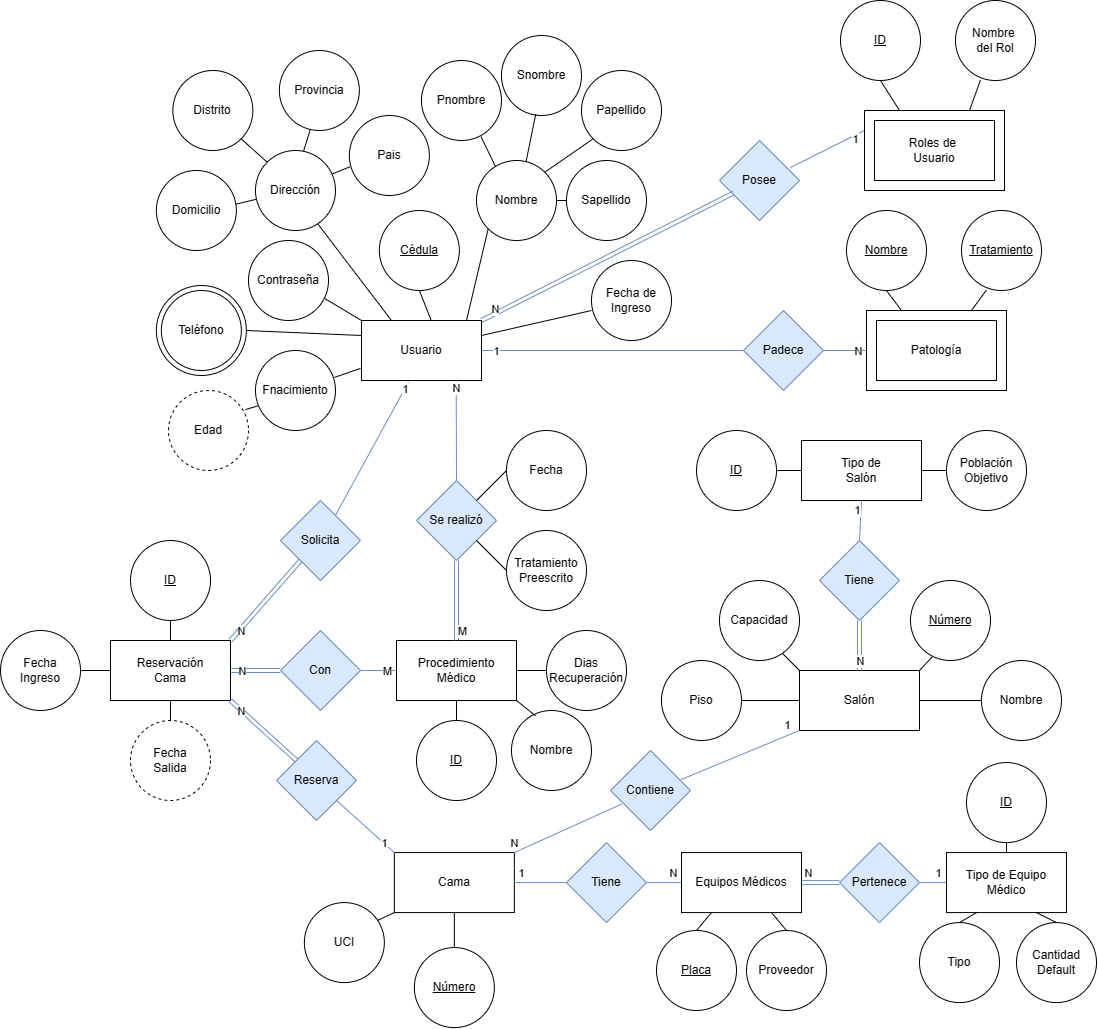
ItsRichard7/HospiTEC keeps this draw.io diagram as Database/Diagramas/Diagrama Conceptual.png. Above is the earlier version. Source tidied: cells renumbered, new cells last; positions are measured from the earlier drawing's top-left corner, leaving out a move shared by most shapes.
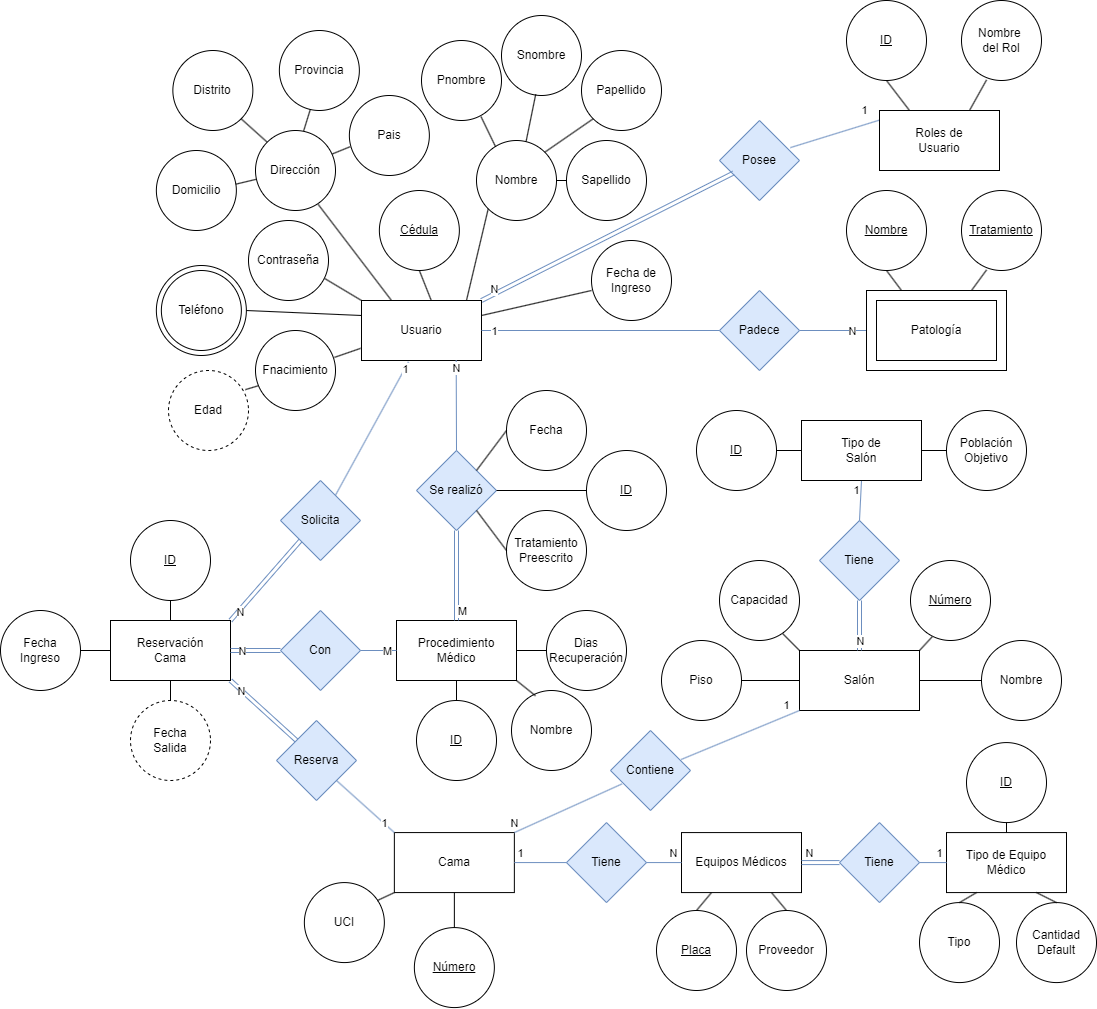
The same file after the commit.

Commit message:
Actualización final de los diagramas de la base

Diff of the diagram source:
```diff
@@ -3,7 +3,7 @@
     <mxCell id="0" />
     <mxCell id="1" parent="0" />
     <mxCell id="2" value="Padece" style="rhombus;whiteSpace=wrap;html=1;fillColor=#dae8fc;strokeColor=#6c8ebf;" parent="1" vertex="1">
-      <mxGeometry x="743" y="310" width="80" height="80" as="geometry" />
+      <mxGeometry x="719" y="310" width="80" height="80" as="geometry" />
     </mxCell>
     <mxCell id="3" value="Usuario" style="rounded=0;whiteSpace=wrap;html=1;" parent="1" vertex="1">
       <mxGeometry x="361" y="320" width="120" height="60" as="geometry" />
@@ -161,6 +161,9 @@
     <mxCell id="54" value="Patología" style="rounded=0;whiteSpace=wrap;html=1;" parent="52" vertex="1">
       <mxGeometry x="10" y="10" width="120" height="60" as="geometry" />
     </mxCell>
+    <mxCell id="151" value="Patología" style="rounded=0;whiteSpace=wrap;html=1;" parent="52" vertex="1">
+      <mxGeometry x="10" y="10" width="120" height="60" as="geometry" />
+    </mxCell>
     <mxCell id="55" style="group;" parent="1" vertex="1">
       <mxGeometry x="155.9" y="285" width="113" height="105" as="geometry" />
     </mxCell>
@@ -207,7 +210,7 @@
       <mxGeometry relative="1" as="geometry" />
     </mxCell>
     <mxCell id="70" value="Se realizó" style="rhombus;whiteSpace=wrap;html=1;fillColor=#dae8fc;strokeColor=#6c8ebf;" parent="1" vertex="1">
-      <mxGeometry x="416" y="480" width="80" height="80" as="geometry" />
+      <mxGeometry x="416" y="470" width="80" height="80" as="geometry" />
     </mxCell>
     <mxCell id="71" style="endArrow=none;html=1;rounded=0;entryX=0.5;entryY=0;entryDx=0;entryDy=0;exitX=0.789;exitY=0.998;exitDx=0;exitDy=0;fillColor=#dae8fc;strokeColor=#6c8ebf;exitPerimeter=0;" parent="1" edge="1" source="3" target="70">
       <mxGeometry relative="1" as="geometry" />
@@ -232,7 +235,7 @@
       <mxGeometry x="506" y="530" width="80" height="80" as="geometry" />
     </mxCell>
     <mxCell id="77" value="Fecha" style="ellipse;whiteSpace=wrap;html=1;" parent="1" vertex="1">
-      <mxGeometry x="506" y="430" width="80" height="80" as="geometry" />
+      <mxGeometry x="506" y="410" width="80" height="80" as="geometry" />
     </mxCell>
     <mxCell id="78" style="endArrow=none;html=1;rounded=0;entryX=0;entryY=0.5;entryDx=0;entryDy=0;exitX=1;exitY=1;exitDx=0;exitDy=0;" parent="1" edge="1" source="70" target="76">
       <mxGeometry relative="1" as="geometry" />
@@ -381,7 +384,7 @@
     <mxCell id="120" value="&lt;div&gt;Tipo de&lt;/div&gt;&lt;div&gt;Salón&lt;/div&gt;" style="rounded=0;whiteSpace=wrap;html=1;" parent="1" vertex="1">
       <mxGeometry x="801" y="440" width="120" height="60" as="geometry" />
     </mxCell>
-    <mxCell id="121" value="Pertenece" style="rhombus;whiteSpace=wrap;html=1;fillColor=#dae8fc;strokeColor=#6c8ebf;" parent="1" vertex="1">
+    <mxCell id="121" value="Tiene" style="rhombus;whiteSpace=wrap;html=1;fillColor=#dae8fc;strokeColor=#6c8ebf;" parent="1" vertex="1">
       <mxGeometry x="839" y="842.1" width="80" height="80" as="geometry" />
     </mxCell>
     <mxCell id="122" style="endArrow=none;html=1;rounded=0;entryX=0;entryY=0.5;entryDx=0;entryDy=0;fillColor=#dae8fc;strokeColor=#6c8ebf;exitX=1;exitY=0.5;exitDx=0;exitDy=0;shape=link;" parent="1" edge="1" source="65" target="121">
@@ -434,35 +437,9 @@
     <mxCell id="135" value="Posee" style="rhombus;whiteSpace=wrap;html=1;fillColor=#dae8fc;strokeColor=#6c8ebf;" parent="1" vertex="1">
       <mxGeometry x="719" y="140" width="80" height="80" as="geometry" />
     </mxCell>
-    <mxCell id="136" style="endArrow=none;html=1;rounded=0;entryX=0;entryY=0.25;entryDx=0;entryDy=0;exitX=0.886;exitY=0.339;exitDx=0;exitDy=0;fillColor=#dae8fc;strokeColor=#6c8ebf;exitPerimeter=0;" parent="1" edge="1" source="135" target="143">
+    <mxCell id="136" style="endArrow=none;html=1;rounded=0;entryX=0.008;entryY=0.155;entryDx=0;entryDy=0;exitX=0.886;exitY=0.339;exitDx=0;exitDy=0;fillColor=#dae8fc;strokeColor=#6c8ebf;exitPerimeter=0;entryPerimeter=0;" parent="1" edge="1" source="135" target="144">
       <mxGeometry relative="1" as="geometry" />
     </mxCell>
-    <mxCell id="137" value="1" style="edgeLabel;html=1;align=center;verticalAlign=middle;" parent="136" vertex="1">
-      <mxGeometry x="0.55" relative="1" as="geometry">
-        <mxPoint x="7" as="offset" />
-      </mxGeometry>
-    </mxCell>
-    <mxCell id="138" value="&lt;u&gt;ID&lt;/u&gt;" style="ellipse;whiteSpace=wrap;html=1;" parent="1" vertex="1">
-      <mxGeometry x="840" width="80" height="80" as="geometry" />
-    </mxCell>
-    <mxCell id="139" value="Nombre&amp;nbsp;&lt;div&gt;del&amp;nbsp;&lt;span style=&quot;background-color: initial;&quot;&gt;Rol&lt;/span&gt;&lt;/div&gt;" style="ellipse;whiteSpace=wrap;html=1;" parent="1" vertex="1">
-      <mxGeometry x="955" width="80" height="80" as="geometry" />
-    </mxCell>
-    <mxCell id="140" style="endArrow=none;html=1;rounded=0;entryX=0.25;entryY=0;entryDx=0;entryDy=0;exitX=0.5;exitY=1;exitDx=0;exitDy=0;" parent="1" edge="1" source="138" target="143">
-      <mxGeometry relative="1" as="geometry" />
-    </mxCell>
-    <mxCell id="141" style="endArrow=none;html=1;rounded=0;entryX=0.313;entryY=0.993;entryDx=0;entryDy=0;exitX=0.75;exitY=0;exitDx=0;exitDy=0;entryPerimeter=0;" parent="1" edge="1" source="143" target="139">
-      <mxGeometry relative="1" as="geometry" />
-    </mxCell>
-    <mxCell id="142" style="group;" parent="1" vertex="1">
-      <mxGeometry x="864" y="110" width="140" height="80" as="geometry" />
-    </mxCell>
-    <mxCell id="143" style="rounded=0;whiteSpace=wrap;html=1;" parent="142" vertex="1">
-      <mxGeometry width="140" height="80" as="geometry" />
-    </mxCell>
-    <mxCell id="144" value="Roles de&amp;nbsp;&lt;div&gt;Usuario&lt;/div&gt;" style="rounded=0;whiteSpace=wrap;html=1;" parent="142" vertex="1">
-      <mxGeometry x="10" y="10" width="120" height="60" as="geometry" />
-    </mxCell>
     <mxCell id="145" style="endArrow=none;html=1;rounded=0;entryX=0;entryY=0.625;entryDx=0;entryDy=0;exitX=1;exitY=0.25;exitDx=0;exitDy=0;entryPerimeter=0;" parent="1" edge="1" source="3" target="134">
       <mxGeometry relative="1" as="geometry" />
     </mxCell>
@@ -483,5 +460,29 @@
     <mxCell id="150" style="endArrow=none;html=1;rounded=0;entryX=1;entryY=0.5;entryDx=0;entryDy=0;exitX=0;exitY=0.25;exitDx=0;exitDy=0;" parent="1" edge="1" source="3" target="56">
       <mxGeometry relative="1" as="geometry" />
     </mxCell>
+    <mxCell id="137" value="1" style="edgeLabel;html=1;align=center;verticalAlign=middle;" parent="1" vertex="1">
+      <mxGeometry x="863.1" y="129.9" as="geometry" />
+    </mxCell>
+    <mxCell id="152" value="&lt;u&gt;ID&lt;/u&gt;" style="ellipse;whiteSpace=wrap;html=1;" parent="1" vertex="1">
+      <mxGeometry x="846" y="20" width="80" height="80" as="geometry" />
+    </mxCell>
+    <mxCell id="139" value="Nombre&amp;nbsp;&lt;div&gt;del&amp;nbsp;&lt;span style=&quot;background-color: initial;&quot;&gt;Rol&lt;/span&gt;&lt;/div&gt;" style="ellipse;whiteSpace=wrap;html=1;" parent="1" vertex="1">
+      <mxGeometry x="961" y="20" width="80" height="80" as="geometry" />
+    </mxCell>
+    <mxCell id="153" style="endArrow=none;html=1;rounded=0;entryX=0.25;entryY=0;entryDx=0;entryDy=0;exitX=0.5;exitY=1;exitDx=0;exitDy=0;" parent="1" edge="1" source="152" target="144">
+      <mxGeometry relative="1" as="geometry" />
+    </mxCell>
+    <mxCell id="154" style="endArrow=none;html=1;rounded=0;entryX=0.313;entryY=0.993;entryDx=0;entryDy=0;exitX=0.75;exitY=0;exitDx=0;exitDy=0;entryPerimeter=0;" parent="1" edge="1" source="144" target="139">
+      <mxGeometry relative="1" as="geometry" />
+    </mxCell>
+    <mxCell id="144" value="Roles de&lt;div&gt;Usuario&lt;/div&gt;" style="rounded=0;whiteSpace=wrap;html=1;" parent="1" vertex="1">
+      <mxGeometry x="879" y="130" width="120" height="60" as="geometry" />
+    </mxCell>
+    <mxCell id="155" value="&lt;u&gt;ID&lt;/u&gt;" style="ellipse;whiteSpace=wrap;html=1;" parent="1" vertex="1">
+      <mxGeometry x="586" y="470" width="80" height="80" as="geometry" />
+    </mxCell>
+    <mxCell id="156" style="endArrow=none;html=1;rounded=0;entryX=1;entryY=0.5;entryDx=0;entryDy=0;exitX=0;exitY=0.5;exitDx=0;exitDy=0;" parent="1" edge="1" source="155" target="70">
+      <mxGeometry relative="1" as="geometry" />
+    </mxCell>
   </root>
 </mxGraphModel>
```
